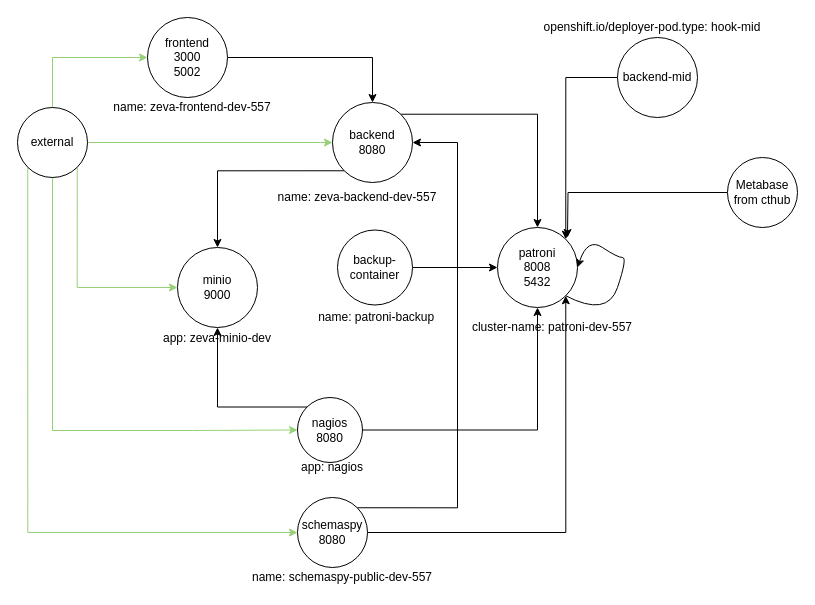
The draw.io diagram openshift/templates/knp/knp-diagram.drawio in bcgov/zeva, before the edit. Source tidied: cells renumbered, new cells numbered last; positions are measured from the earlier drawing's top-left corner, leaving out a move shared by most shapes. Both pictures are drawn from the tidied source at 100%, with x=0, y=0 at pixel (17, 17).
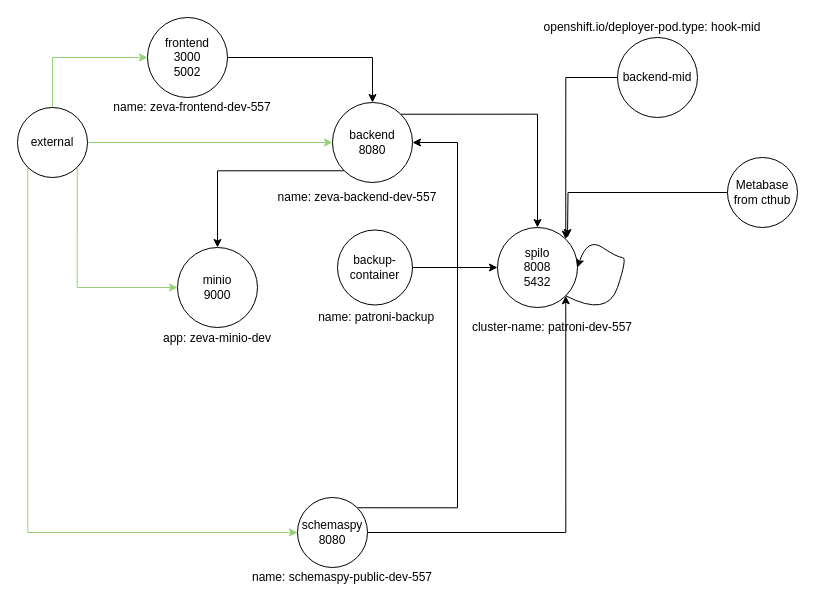
The same page after the edit.

The change refers to these unchanged cells:
```xml
<mxCell id="14" value="minio&lt;br&gt;9000" style="ellipse;whiteSpace=wrap;html=1;" parent="1" vertex="1">
  <mxGeometry x="160" y="230" width="80" height="80" as="geometry" />
</mxCell>
<mxCell id="20" value="external" style="ellipse;whiteSpace=wrap;html=1;" parent="1" vertex="1">
  <mxGeometry y="90" width="70" height="70" as="geometry" />
</mxCell>
```

Change to the diagram source:
```diff
@@
-    <mxCell id="7" value="patroni&lt;br&gt;8008&lt;br&gt;5432" style="ellipse;whiteSpace=wrap;html=1;" parent="1" vertex="1">
+    <mxCell id="7" value="spilo&lt;br&gt;8008&lt;br&gt;5432" style="ellipse;whiteSpace=wrap;html=1;" parent="1" vertex="1">
       <mxGeometry x="480" y="210" width="80" height="80" as="geometry" />
     </mxCell>
@@
-    <mxCell id="11" style="edgeStyle=orthogonalEdgeStyle;rounded=0;jettySize=auto;html=1;entryX=0.5;entryY=1;entryDx=0;entryDy=0;exitX=0;exitY=0;exitDx=0;exitDy=0;strokeColor=#010103;" parent="1" edge="1" source="13" target="14">
-      <mxGeometry relative="1" as="geometry" />
-    </mxCell>
-    <mxCell id="12" style="edgeStyle=orthogonalEdgeStyle;rounded=0;jettySize=auto;html=1;entryX=0.5;entryY=1;entryDx=0;entryDy=0;strokeColor=#010103;" parent="1" edge="1" source="13" target="7">
-      <mxGeometry relative="1" as="geometry" />
-    </mxCell>
-    <mxCell id="13" value="nagios&lt;br&gt;8080" style="ellipse;whiteSpace=wrap;html=1;" parent="1" vertex="1">
-      <mxGeometry x="280" y="380" width="65" height="65" as="geometry" />
-    </mxCell>
@@
-    <mxCell id="17" style="edgeStyle=orthogonalEdgeStyle;rounded=0;jettySize=auto;html=1;entryX=0;entryY=0.5;entryDx=0;entryDy=0;strokeColor=#97D077;" parent="1" edge="1" source="20" target="13">
-      <mxGeometry relative="1" as="geometry">
-        <Array as="points">
-          <mxPoint x="35" y="413" />
-          <mxPoint x="175" y="413" />
-        </Array>
-      </mxGeometry>
-    </mxCell>
@@
-    <mxCell id="31" value="app: nagios" style="text;html=1;strokeColor=none;fillColor=none;align=center;verticalAlign=middle;whiteSpace=wrap;rounded=0;" parent="1" vertex="1">
-      <mxGeometry x="270" y="440" width="90" height="20" as="geometry" />
-    </mxCell>
```
